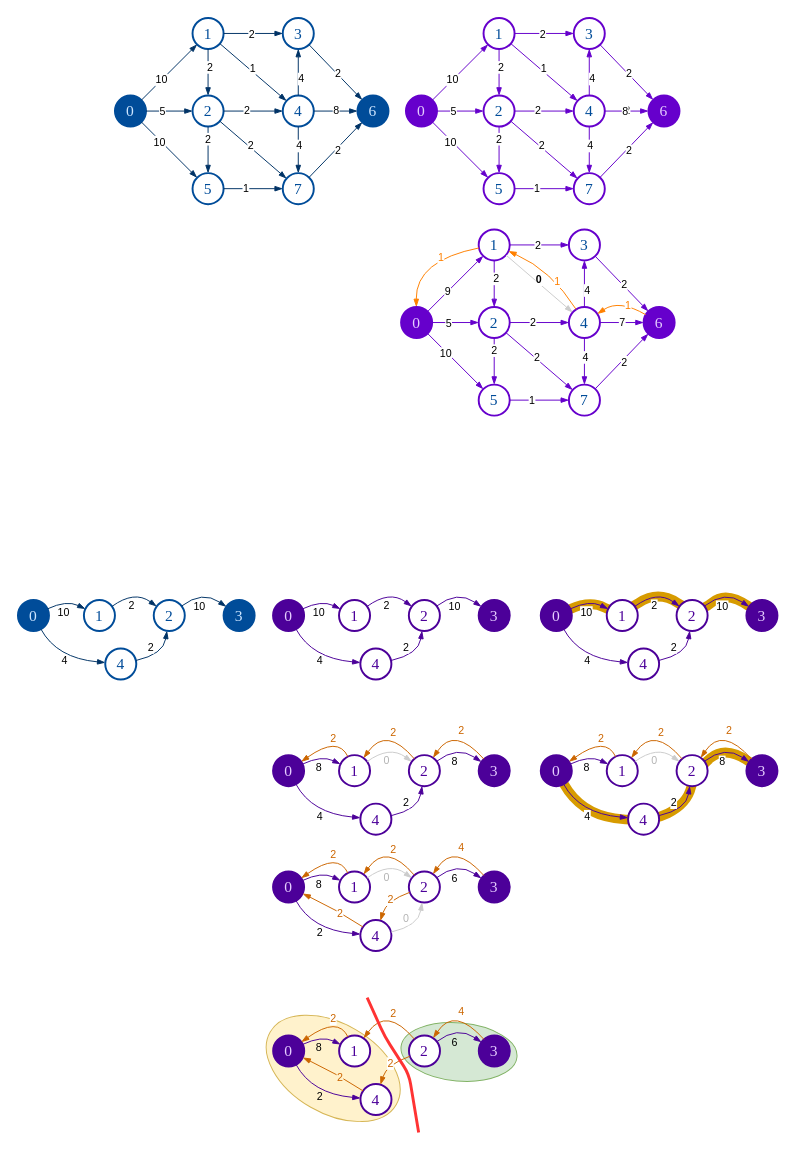
Earlier version of the draw.io diagram graphs/ford_fulkerson.drawio (lgreco/images). Source tidied: cells renumbered, new cells numbered last; positions are measured from the earlier drawing's top-left corner, leaving out a move shared by most shapes. Both pictures are drawn from the tidied source at 97%, with x=0, y=0 at pixel (17, 17).
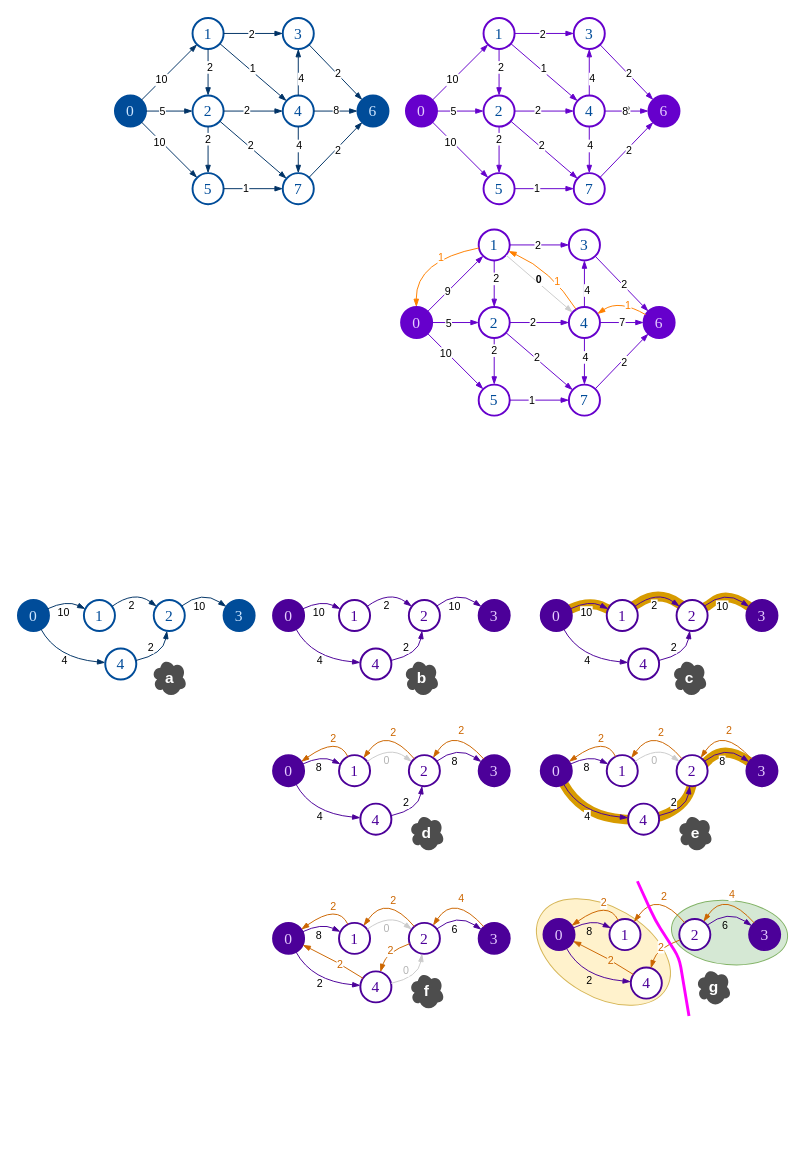
The same page after the edit.

What changed in the source:
```diff
@@
     <mxCell id="4" style="ellipse;whiteSpace=wrap;html=1;rotation=5;fillColor=#d5e8d4;strokeColor=#82b366;" parent="1" vertex="1">
-      <mxGeometry x="394.7" y="1036" width="120" height="60" as="geometry" />
+      <mxGeometry x="673.6" y="910" width="120" height="66" as="geometry" />
     </mxCell>
     <mxCell id="5" style="ellipse;whiteSpace=wrap;html=1;rotation=30;fillColor=#fff2cc;strokeColor=#d6b656;" parent="1" vertex="1">
-      <mxGeometry x="250" y="1036.7" width="150" height="92.5" as="geometry" />
+      <mxGeometry x="528.6" y="916.7" width="150" height="92.5" as="geometry" />
     </mxCell>
@@
     <mxCell id="178" value="&lt;font face=&quot;Times New Roman&quot; style=&quot;font-size: 16px;&quot;&gt;0&lt;/font&gt;" style="ellipse;whiteSpace=wrap;html=1;strokeColor=#4C0099;strokeWidth=2;fontColor=#E5CCFF;fillColor=#4C0099;" parent="1" vertex="1">
-      <mxGeometry x="263" y="880" width="32" height="32" as="geometry" />
+      <mxGeometry x="263" y="932.9" width="32" height="32" as="geometry" />
     </mxCell>
     <mxCell id="179" value="&lt;font face=&quot;Times New Roman&quot; style=&quot;font-size: 16px;&quot;&gt;2&lt;/font&gt;" style="ellipse;whiteSpace=wrap;html=1;strokeColor=#4C0099;strokeWidth=2;fontColor=#4C0099;" parent="1" vertex="1">
-      <mxGeometry x="403" y="880" width="32" height="32" as="geometry" />
+      <mxGeometry x="403" y="932.9" width="32" height="32" as="geometry" />
     </mxCell>
     <mxCell id="180" value="&lt;font face=&quot;Times New Roman&quot; style=&quot;font-size: 16px;&quot;&gt;3&lt;/font&gt;" style="ellipse;whiteSpace=wrap;html=1;strokeColor=#4C0099;strokeWidth=2;fontColor=#E5CCFF;fillColor=#4C0099;" parent="1" vertex="1">
-      <mxGeometry x="475" y="880" width="32" height="32" as="geometry" />
+      <mxGeometry x="475" y="932.9" width="32" height="32" as="geometry" />
     </mxCell>
     <mxCell id="181" value="&lt;font face=&quot;Times New Roman&quot; style=&quot;font-size: 16px;&quot;&gt;1&lt;/font&gt;" style="ellipse;whiteSpace=wrap;html=1;strokeColor=#4C0099;strokeWidth=2;fontColor=#4C0099;" parent="1" vertex="1">
-      <mxGeometry x="331" y="880" width="32" height="32" as="geometry" />
+      <mxGeometry x="331" y="932.9" width="32" height="32" as="geometry" />
     </mxCell>
     <mxCell id="182" style="endArrow=blockThin;html=1;rounded=0;strokeColor=#4C0099;strokeWidth=1;endFill=1;curved=1;fontColor=#E5CCFF;" parent="1" edge="1" source="178" target="181">
       <mxGeometry relative="1" as="geometry">
         <Array as="points">
-          <mxPoint x="313" y="880" />
+          <mxPoint x="313" y="932.9" />
         </Array>
       </mxGeometry>
     </mxCell>
@@
     <mxCell id="184" style="endArrow=blockThin;html=1;rounded=0;strokeColor=#CCCCCC;strokeWidth=1;endFill=1;curved=1;fontColor=#E5CCFF;" parent="1" edge="1" source="181" target="179">
       <mxGeometry relative="1" as="geometry">
         <Array as="points">
-          <mxPoint x="383" y="870" />
+          <mxPoint x="383" y="922.9" />
         </Array>
       </mxGeometry>
     </mxCell>
@@
     <mxCell id="186" style="endArrow=blockThin;html=1;rounded=0;strokeColor=#4C0099;strokeWidth=1;endFill=1;curved=1;fontColor=#E5CCFF;" parent="1" edge="1" source="179" target="180">
       <mxGeometry relative="1" as="geometry">
         <Array as="points">
-          <mxPoint x="453" y="870" />
+          <mxPoint x="453" y="922.9" />
         </Array>
       </mxGeometry>
     </mxCell>
@@
     <mxCell id="188" style="endArrow=blockThin;html=1;rounded=0;strokeColor=#4C0099;strokeWidth=1;endFill=1;curved=1;fontColor=#E5CCFF;" parent="1" edge="1" source="178" target="190">
       <mxGeometry relative="1" as="geometry">
         <Array as="points">
-          <mxPoint x="303" y="940" />
+          <mxPoint x="303" y="992.9" />
         </Array>
       </mxGeometry>
     </mxCell>
@@
     <mxCell id="190" value="&lt;font face=&quot;Times New Roman&quot; style=&quot;font-size: 16px;&quot;&gt;4&lt;/font&gt;" style="ellipse;whiteSpace=wrap;html=1;strokeColor=#4C0099;strokeWidth=2;fontColor=#4C0099;" parent="1" vertex="1">
-      <mxGeometry x="353" y="930" width="32" height="32" as="geometry" />
+      <mxGeometry x="353" y="982.9" width="32" height="32" as="geometry" />
     </mxCell>
     <mxCell id="191" style="endArrow=blockThin;html=1;rounded=0;strokeColor=#CCCCCC;strokeWidth=1;endFill=1;curved=1;fontColor=#E5CCFF;" parent="1" edge="1" source="190" target="179">
       <mxGeometry relative="1" as="geometry">
         <Array as="points">
-          <mxPoint x="413" y="936" />
+          <mxPoint x="413" y="988.9" />
         </Array>
       </mxGeometry>
     </mxCell>
@@
     <mxCell id="193" style="endArrow=blockThin;html=1;rounded=0;strokeColor=#CC6600;strokeWidth=1;endFill=1;curved=1;fontColor=#E5CCFF;" parent="1" edge="1" source="180" target="179">
       <mxGeometry relative="1" as="geometry">
         <Array as="points">
-          <mxPoint x="450" y="850" />
+          <mxPoint x="450" y="902.9" />
         </Array>
       </mxGeometry>
     </mxCell>
@@
     <mxCell id="195" style="endArrow=blockThin;html=1;rounded=0;strokeColor=#CC6600;strokeWidth=1;endFill=1;curved=1;fontColor=#E5CCFF;" parent="1" edge="1" source="181" target="178">
       <mxGeometry relative="1" as="geometry">
         <Array as="points">
-          <mxPoint x="330" y="860" />
+          <mxPoint x="330" y="912.9" />
         </Array>
       </mxGeometry>
     </mxCell>
@@
     <mxCell id="197" style="endArrow=blockThin;html=1;rounded=0;strokeColor=#CC6600;strokeWidth=1;endFill=1;curved=1;fontColor=#E5CCFF;" parent="1" edge="1" source="179" target="181">
       <mxGeometry relative="1" as="geometry">
         <Array as="points">
-          <mxPoint x="380" y="850" />
+          <mxPoint x="380" y="902.9" />
         </Array>
       </mxGeometry>
     </mxCell>
@@
     <mxCell id="199" style="endArrow=blockThin;html=1;rounded=0;strokeColor=#CC6600;strokeWidth=1;endFill=1;curved=1;fontColor=#E5CCFF;" parent="1" edge="1" source="190" target="178">
       <mxGeometry relative="1" as="geometry">
         <Array as="points">
-          <mxPoint x="330" y="920" />
+          <mxPoint x="330" y="972.9" />
         </Array>
       </mxGeometry>
     </mxCell>
@@
     <mxCell id="201" style="endArrow=blockThin;html=1;rounded=0;strokeColor=#CC6600;strokeWidth=1;endFill=1;curved=1;fontColor=#E5CCFF;" parent="1" edge="1" source="179" target="190">
       <mxGeometry relative="1" as="geometry">
         <Array as="points">
-          <mxPoint x="380" y="910" />
+          <mxPoint x="380" y="962.9" />
         </Array>
       </mxGeometry>
     </mxCell>
@@
     <mxCell id="203" value="&lt;font face=&quot;Times New Roman&quot; style=&quot;font-size: 16px;&quot;&gt;0&lt;/font&gt;" style="ellipse;whiteSpace=wrap;html=1;strokeColor=#4C0099;strokeWidth=2;fontColor=#E5CCFF;fillColor=#4C0099;" parent="1" vertex="1">
-      <mxGeometry x="263.1" y="1049" width="32" height="32" as="geometry" />
+      <mxGeometry x="541.8" y="929" width="32" height="32" as="geometry" />
     </mxCell>
     <mxCell id="204" value="&lt;font face=&quot;Times New Roman&quot; style=&quot;font-size: 16px;&quot;&gt;2&lt;/font&gt;" style="ellipse;whiteSpace=wrap;html=1;strokeColor=#4C0099;strokeWidth=2;fontColor=#4C0099;" parent="1" vertex="1">
-      <mxGeometry x="403.1" y="1049" width="32" height="32" as="geometry" />
+      <mxGeometry x="681.8" y="929" width="32" height="32" as="geometry" />
     </mxCell>
     <mxCell id="205" value="&lt;font face=&quot;Times New Roman&quot; style=&quot;font-size: 16px;&quot;&gt;3&lt;/font&gt;" style="ellipse;whiteSpace=wrap;html=1;strokeColor=#4C0099;strokeWidth=2;fontColor=#E5CCFF;fillColor=#4C0099;" parent="1" vertex="1">
-      <mxGeometry x="475.1" y="1049" width="32" height="32" as="geometry" />
+      <mxGeometry x="753.8" y="929" width="32" height="32" as="geometry" />
     </mxCell>
     <mxCell id="206" value="&lt;font face=&quot;Times New Roman&quot; style=&quot;font-size: 16px;&quot;&gt;1&lt;/font&gt;" style="ellipse;whiteSpace=wrap;html=1;strokeColor=#4C0099;strokeWidth=2;fontColor=#4C0099;" parent="1" vertex="1">
-      <mxGeometry x="331.1" y="1049" width="32" height="32" as="geometry" />
+      <mxGeometry x="609.8" y="929" width="32" height="32" as="geometry" />
     </mxCell>
     <mxCell id="207" style="endArrow=blockThin;html=1;rounded=0;strokeColor=#4C0099;strokeWidth=1;endFill=1;curved=1;fontColor=#E5CCFF;" parent="1" edge="1" source="203" target="206">
       <mxGeometry relative="1" as="geometry">
         <Array as="points">
-          <mxPoint x="313.1" y="1049" />
+          <mxPoint x="591.8" y="929" />
         </Array>
       </mxGeometry>
     </mxCell>
@@
     <mxCell id="209" style="endArrow=blockThin;html=1;rounded=0;strokeColor=#4C0099;strokeWidth=1;endFill=1;curved=1;fontColor=#E5CCFF;" parent="1" edge="1" source="204" target="205">
       <mxGeometry relative="1" as="geometry">
         <Array as="points">
-          <mxPoint x="453.1" y="1039" />
+          <mxPoint x="731.8" y="919" />
         </Array>
       </mxGeometry>
     </mxCell>
@@
     <mxCell id="211" style="endArrow=blockThin;html=1;rounded=0;strokeColor=#4C0099;strokeWidth=1;endFill=1;curved=1;fontColor=#E5CCFF;" parent="1" edge="1" source="203" target="213">
       <mxGeometry relative="1" as="geometry">
         <Array as="points">
-          <mxPoint x="303.1" y="1109" />
+          <mxPoint x="581.8" y="989" />
         </Array>
       </mxGeometry>
     </mxCell>
@@
     <mxCell id="213" value="&lt;font face=&quot;Times New Roman&quot; style=&quot;font-size: 16px;&quot;&gt;4&lt;/font&gt;" style="ellipse;whiteSpace=wrap;html=1;strokeColor=#4C0099;strokeWidth=2;fontColor=#4C0099;" parent="1" vertex="1">
-      <mxGeometry x="353.1" y="1099" width="32" height="32" as="geometry" />
+      <mxGeometry x="631.8" y="979" width="32" height="32" as="geometry" />
     </mxCell>
     <mxCell id="214" style="endArrow=blockThin;html=1;rounded=0;strokeColor=#CC6600;strokeWidth=1;endFill=1;curved=1;fontColor=#E5CCFF;" parent="1" edge="1" source="205" target="204">
       <mxGeometry relative="1" as="geometry">
         <Array as="points">
-          <mxPoint x="450.1" y="1019" />
+          <mxPoint x="728.8" y="899" />
         </Array>
       </mxGeometry>
     </mxCell>
@@
     <mxCell id="216" style="endArrow=blockThin;html=1;rounded=0;strokeColor=#CC6600;strokeWidth=1;endFill=1;curved=1;fontColor=#E5CCFF;" parent="1" edge="1" source="206" target="203">
       <mxGeometry relative="1" as="geometry">
         <Array as="points">
-          <mxPoint x="330.1" y="1029" />
+          <mxPoint x="608.8" y="909" />
         </Array>
       </mxGeometry>
     </mxCell>
@@
     <mxCell id="218" style="endArrow=blockThin;html=1;rounded=0;strokeColor=#CC6600;strokeWidth=1;endFill=1;curved=1;fontColor=#E5CCFF;" parent="1" edge="1" source="204" target="206">
       <mxGeometry relative="1" as="geometry">
         <Array as="points">
-          <mxPoint x="380.1" y="1019" />
+          <mxPoint x="658.8" y="899" />
         </Array>
       </mxGeometry>
     </mxCell>
@@
     <mxCell id="220" style="endArrow=blockThin;html=1;rounded=0;strokeColor=#CC6600;strokeWidth=1;endFill=1;curved=1;fontColor=#E5CCFF;" parent="1" edge="1" source="213" target="203">
       <mxGeometry relative="1" as="geometry">
         <Array as="points">
-          <mxPoint x="330.1" y="1089" />
+          <mxPoint x="608.8" y="969" />
         </Array>
       </mxGeometry>
     </mxCell>
@@
     <mxCell id="222" style="endArrow=blockThin;html=1;rounded=0;strokeColor=#CC6600;strokeWidth=1;endFill=1;curved=1;fontColor=#E5CCFF;" parent="1" edge="1" source="204" target="213">
       <mxGeometry relative="1" as="geometry">
         <Array as="points">
-          <mxPoint x="380.1" y="1079" />
+          <mxPoint x="658.8" y="959" />
         </Array>
       </mxGeometry>
     </mxCell>
@@
-    <mxCell id="224" style="endArrow=none;html=1;rounded=1;fillColor=#f8cecc;strokeColor=#FF3333;strokeWidth=3;curved=0;" parent="1" edge="1">
+    <mxCell id="224" style="endArrow=none;html=1;rounded=1;fillColor=#f8cecc;strokeColor=#FF00FF;strokeWidth=3;curved=0;" parent="1" edge="1">
       <mxGeometry relative="1" as="geometry">
-        <mxPoint x="413.1" y="1149" as="sourcePoint" />
-        <mxPoint x="360" y="1010" as="targetPoint" />
+        <mxPoint x="691.8" y="1029" as="sourcePoint" />
+        <mxPoint x="638.6" y="890" as="targetPoint" />
         <Array as="points">
-          <mxPoint x="403.1" y="1089" />
-          <mxPoint x="378.1" y="1050" />
+          <mxPoint x="681.8" y="969" />
+          <mxPoint x="656.8" y="930" />
         </Array>
       </mxGeometry>
     </mxCell>
@@
+    <mxCell id="261" value="&lt;b&gt;&lt;font style=&quot;font-size: 16px; color: rgb(255, 255, 255);&quot;&gt;a&lt;/font&gt;&lt;/b&gt;" style="ellipse;shape=cloud;whiteSpace=wrap;html=1;strokeColor=none;fillColor=#4D4D4D;" parent="1" vertex="1">
+      <mxGeometry x="137.5" y="660" width="37" height="40" as="geometry" />
+    </mxCell>
+    <mxCell id="262" value="&lt;b&gt;&lt;font style=&quot;font-size: 16px; color: rgb(255, 255, 255);&quot;&gt;b&lt;/font&gt;&lt;/b&gt;" style="ellipse;shape=cloud;whiteSpace=wrap;html=1;strokeColor=none;fillColor=#4D4D4D;" parent="1" vertex="1">
+      <mxGeometry x="397.5" y="660" width="37" height="40" as="geometry" />
+    </mxCell>
+    <mxCell id="263" value="&lt;b&gt;&lt;font style=&quot;font-size: 16px; color: rgb(255, 255, 255);&quot;&gt;c&lt;/font&gt;&lt;/b&gt;" style="ellipse;shape=cloud;whiteSpace=wrap;html=1;strokeColor=none;fillColor=#4D4D4D;" parent="1" vertex="1">
+      <mxGeometry x="674" y="660" width="37" height="40" as="geometry" />
+    </mxCell>
+    <mxCell id="264" value="&lt;b&gt;&lt;font style=&quot;font-size: 16px; color: rgb(255, 255, 255);&quot;&gt;e&lt;/font&gt;&lt;/b&gt;" style="ellipse;shape=cloud;whiteSpace=wrap;html=1;strokeColor=none;fillColor=#4D4D4D;" parent="1" vertex="1">
+      <mxGeometry x="679.5" y="820" width="37" height="40" as="geometry" />
+    </mxCell>
+    <mxCell id="265" value="&lt;b&gt;&lt;font style=&quot;font-size: 16px; color: rgb(255, 255, 255);&quot;&gt;d&lt;/font&gt;&lt;/b&gt;" style="ellipse;shape=cloud;whiteSpace=wrap;html=1;strokeColor=none;fillColor=#4D4D4D;" parent="1" vertex="1">
+      <mxGeometry x="403" y="820" width="37" height="40" as="geometry" />
+    </mxCell>
+    <mxCell id="266" value="&lt;b&gt;&lt;font style=&quot;font-size: 16px; color: rgb(255, 255, 255);&quot;&gt;g&lt;/font&gt;&lt;/b&gt;" style="ellipse;shape=cloud;whiteSpace=wrap;html=1;strokeColor=none;fillColor=#4D4D4D;" parent="1" vertex="1">
+      <mxGeometry x="698.6" y="979" width="37" height="40" as="geometry" />
+    </mxCell>
+    <mxCell id="267" value="&lt;b&gt;&lt;font style=&quot;font-size: 16px; color: rgb(255, 255, 255);&quot;&gt;f&lt;/font&gt;&lt;/b&gt;" style="ellipse;shape=cloud;whiteSpace=wrap;html=1;strokeColor=none;fillColor=#4D4D4D;" parent="1" vertex="1">
+      <mxGeometry x="403" y="982.9" width="37" height="40" as="geometry" />
+    </mxCell>
```
